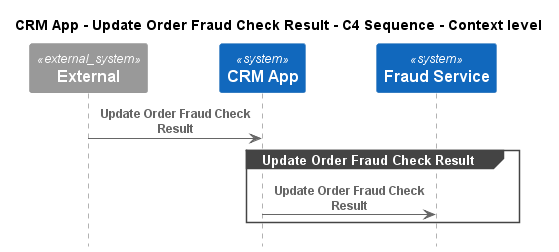
Above: e-commerce-platform/Software Systems/CRM App/Interfaces/Update Order Fraud Check Result/Context - C4 Sequence.png in C4InterFlow/architecture-as-code-samples (PlantUML), before the change.
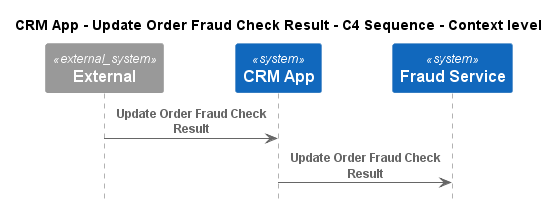
After the commit.

What changed in the source:
```diff
@@ -9,9 +9,7 @@
 System(ECommercePlatform.SoftwareSystems.FraudService, "Fraud Service", "")
 
 Rel(C4InterFlow.SoftwareSystems.ExternalSystem, ECommercePlatform.SoftwareSystems.CRMApp, "Update Order Fraud Check Result")
-group Update Order Fraud Check Result
 Rel(ECommercePlatform.SoftwareSystems.CRMApp, ECommercePlatform.SoftwareSystems.FraudService, "Update Order Fraud Check Result")
-end
 
 
 @enduml
```
